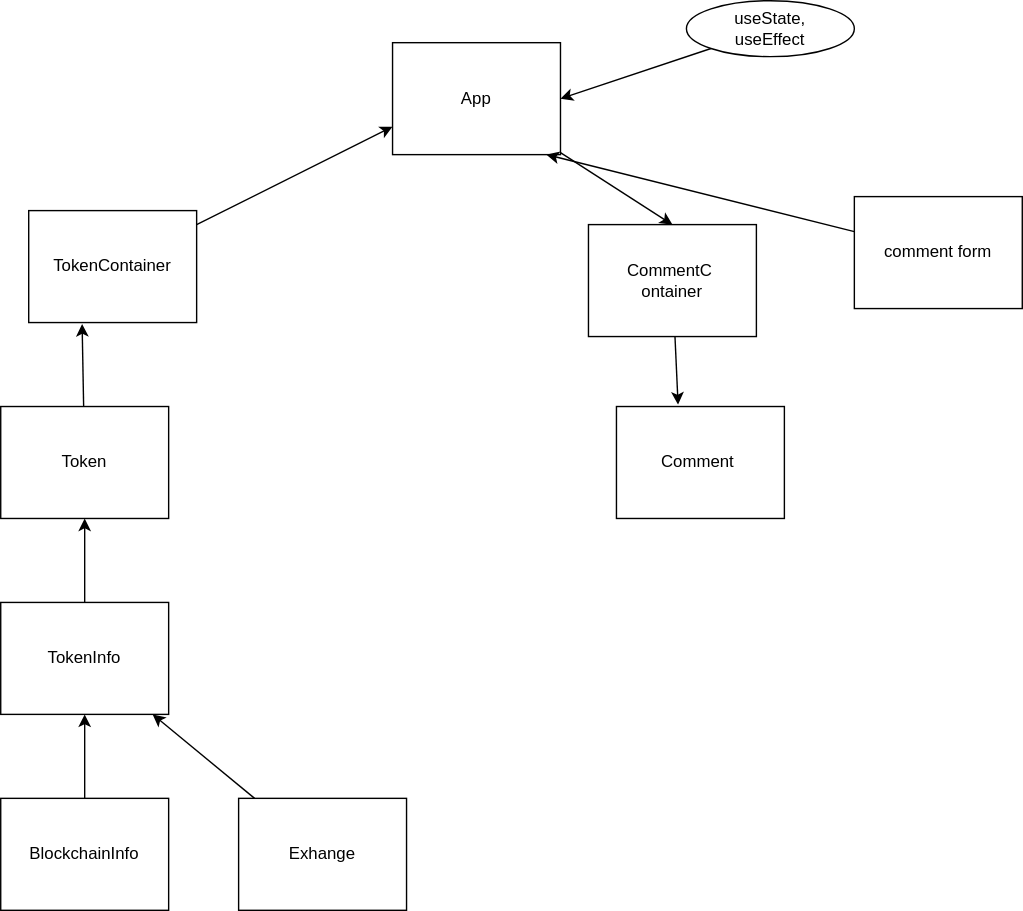
Earlier version of the draw.io export app-tony-and-joey-phase-2/.drawio.svg (TonySwearingen/Tony-and-Joey-Phase-2). Source tidied: cells renumbered, new cells last; positions are measured from the earlier drawing's top-left corner, leaving out a move shared by most shapes.
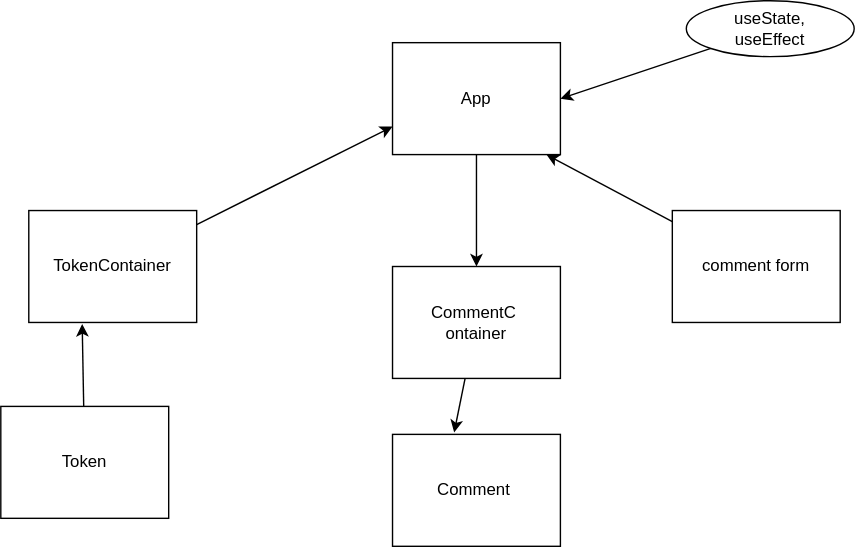
After the commit.

The edit, as a diff of the source:
```diff
@@ -28,7 +28,7 @@
       </mxGeometry>
     </mxCell>
     <mxCell id="9" value="comment form" style="rounded=0;whiteSpace=wrap;html=1;" parent="1" vertex="1">
-      <mxGeometry x="610" y="140" width="120" height="80" as="geometry" />
+      <mxGeometry x="480" y="150" width="120" height="80" as="geometry" />
     </mxCell>
     <mxCell id="10" style="edgeStyle=none;html=1;entryX=1;entryY=0.5;entryDx=0;entryDy=0;" parent="1" edge="1" source="11" target="3">
       <mxGeometry relative="1" as="geometry" />
@@ -36,32 +36,14 @@
     <mxCell id="11" value="useState,&lt;br&gt;useEffect" style="ellipse;whiteSpace=wrap;html=1;" parent="1" vertex="1">
       <mxGeometry x="490" width="120" height="40" as="geometry" />
     </mxCell>
-    <mxCell id="12" style="edgeStyle=none;html=1;" parent="1" edge="1" source="13" target="5">
-      <mxGeometry relative="1" as="geometry" />
-    </mxCell>
-    <mxCell id="13" value="TokenInfo" style="rounded=0;whiteSpace=wrap;html=1;" parent="1" vertex="1">
-      <mxGeometry y="430" width="120" height="80" as="geometry" />
-    </mxCell>
-    <mxCell id="14" style="edgeStyle=none;html=1;" parent="1" edge="1" source="15" target="13">
-      <mxGeometry relative="1" as="geometry" />
-    </mxCell>
-    <mxCell id="15" value="Exhange" style="rounded=0;whiteSpace=wrap;html=1;" parent="1" vertex="1">
-      <mxGeometry x="170" y="570" width="120" height="80" as="geometry" />
-    </mxCell>
-    <mxCell id="16" style="edgeStyle=none;html=1;" parent="1" edge="1" source="17" target="13">
-      <mxGeometry relative="1" as="geometry" />
-    </mxCell>
-    <mxCell id="17" value="BlockchainInfo" style="rounded=0;whiteSpace=wrap;html=1;" parent="1" vertex="1">
-      <mxGeometry y="570" width="120" height="80" as="geometry" />
-    </mxCell>
     <mxCell id="18" style="edgeStyle=none;html=1;entryX=0.367;entryY=-0.017;entryDx=0;entryDy=0;entryPerimeter=0;" parent="1" edge="1" source="19" target="20">
       <mxGeometry relative="1" as="geometry" />
     </mxCell>
     <mxCell id="19" value="CommentC&lt;span style=&quot;color: rgba(0 , 0 , 0 , 0) ; font-family: monospace ; font-size: 0px&quot;&gt;%3CmxGraphModel%3E%3Croot%3E%3CmxCell%20id%3D%220%22%2F%3E%3CmxCell%20id%3D%221%22%20parent%3D%220%22%2F%3E%3CmxCell%20id%3D%222%22%20style%3D%22edgeStyle%3Dnone%3Bhtml%3D1%3B%22%20edge%3D%221%22%20parent%3D%221%22%3E%3CmxGeometry%20relative%3D%221%22%20as%3D%22geometry%22%3E%3CmxPoint%20x%3D%22717.3333333333333%22%20y%3D%22300%22%20as%3D%22sourcePoint%22%2F%3E%3CmxPoint%20x%3D%22712.6666666666667%22%20y%3D%22230%22%20as%3D%22targetPoint%22%2F%3E%3C%2FmxGeometry%3E%3C%2FmxCell%3E%3C%2Froot%3E%3C%2FmxGraphModel%3E&lt;/span&gt;&lt;br&gt;ontainer" style="rounded=0;whiteSpace=wrap;html=1;" parent="1" vertex="1">
-      <mxGeometry x="420" y="160" width="120" height="80" as="geometry" />
+      <mxGeometry x="280" y="190" width="120" height="80" as="geometry" />
     </mxCell>
     <mxCell id="20" value="Comment&lt;span style=&quot;color: rgba(0 , 0 , 0 , 0) ; font-family: monospace ; font-size: 0px&quot;&gt;%3CmxGraphModel%3E%3Croot%3E%3CmxCell%20id%3D%220%22%2F%3E%3CmxCell%20id%3D%221%22%20parent%3D%220%22%2F%3E%3CmxCell%20id%3D%222%22%20style%3D%22edgeStyle%3Dnone%3Bhtml%3D1%3B%22%20edge%3D%221%22%20parent%3D%221%22%3E%3CmxGeometry%20relative%3D%221%22%20as%3D%22geometry%22%3E%3CmxPoint%20x%3D%22717.3333333333333%22%20y%3D%22300%22%20as%3D%22sourcePoint%22%2F%3E%3CmxPoint%20x%3D%22712.6666666666667%22%20y%3D%22230%22%20as%3D%22targetPoint%22%2F%3E%3C%2FmxGeometry%3E%3C%2FmxCell%3E%3C%2Froot%3E%3C%2FmxGraphMod&lt;/span&gt;" style="rounded=0;whiteSpace=wrap;html=1;" parent="1" vertex="1">
-      <mxGeometry x="440" y="290" width="120" height="80" as="geometry" />
+      <mxGeometry x="280" y="310" width="120" height="80" as="geometry" />
     </mxCell>
   </root>
 </mxGraphModel>
```
